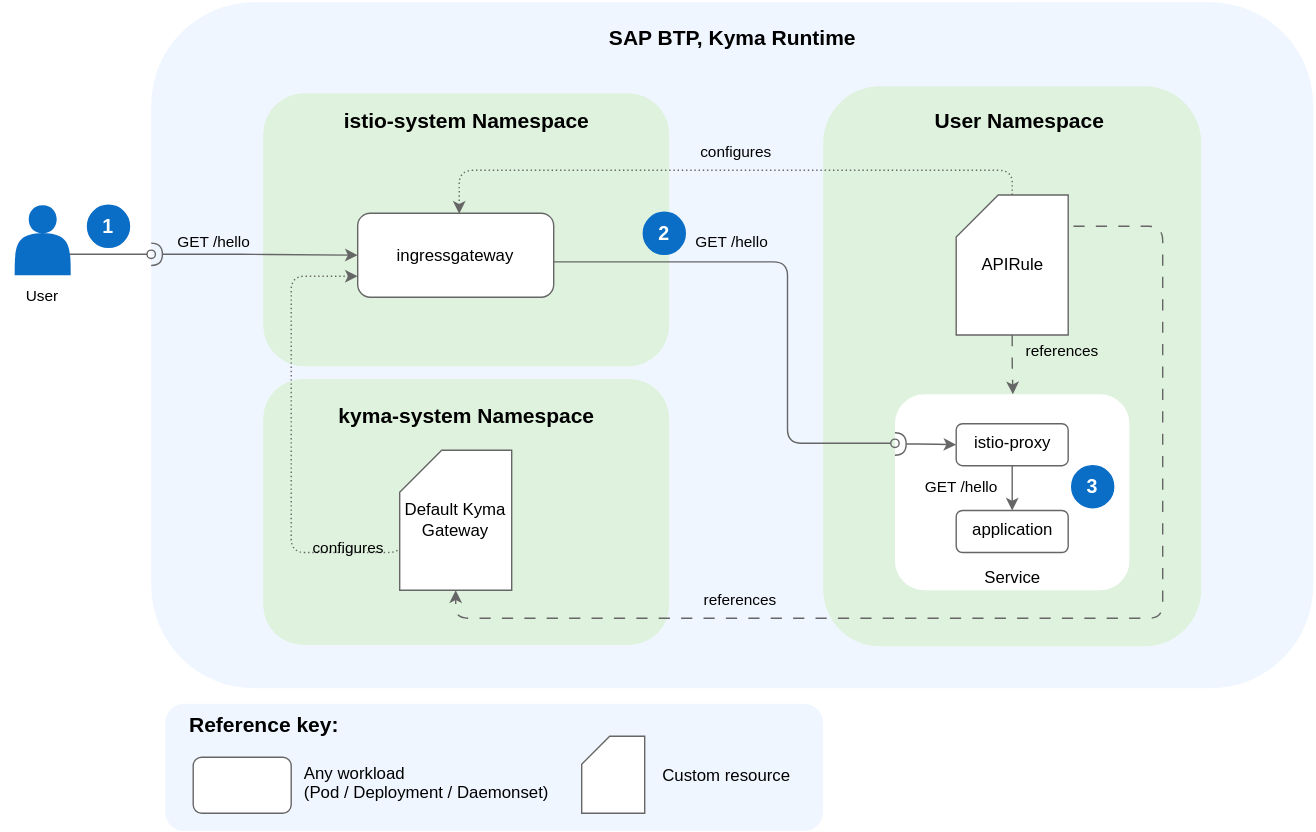
Before: docs/assets/APIRules-noAuth.drawio.svg, a diagram exported from draw.io (kyma-project/api-gateway). Source tidied: cells renumbered, new cells last; positions are measured from the earlier drawing's top-left corner, leaving out a move shared by most shapes.
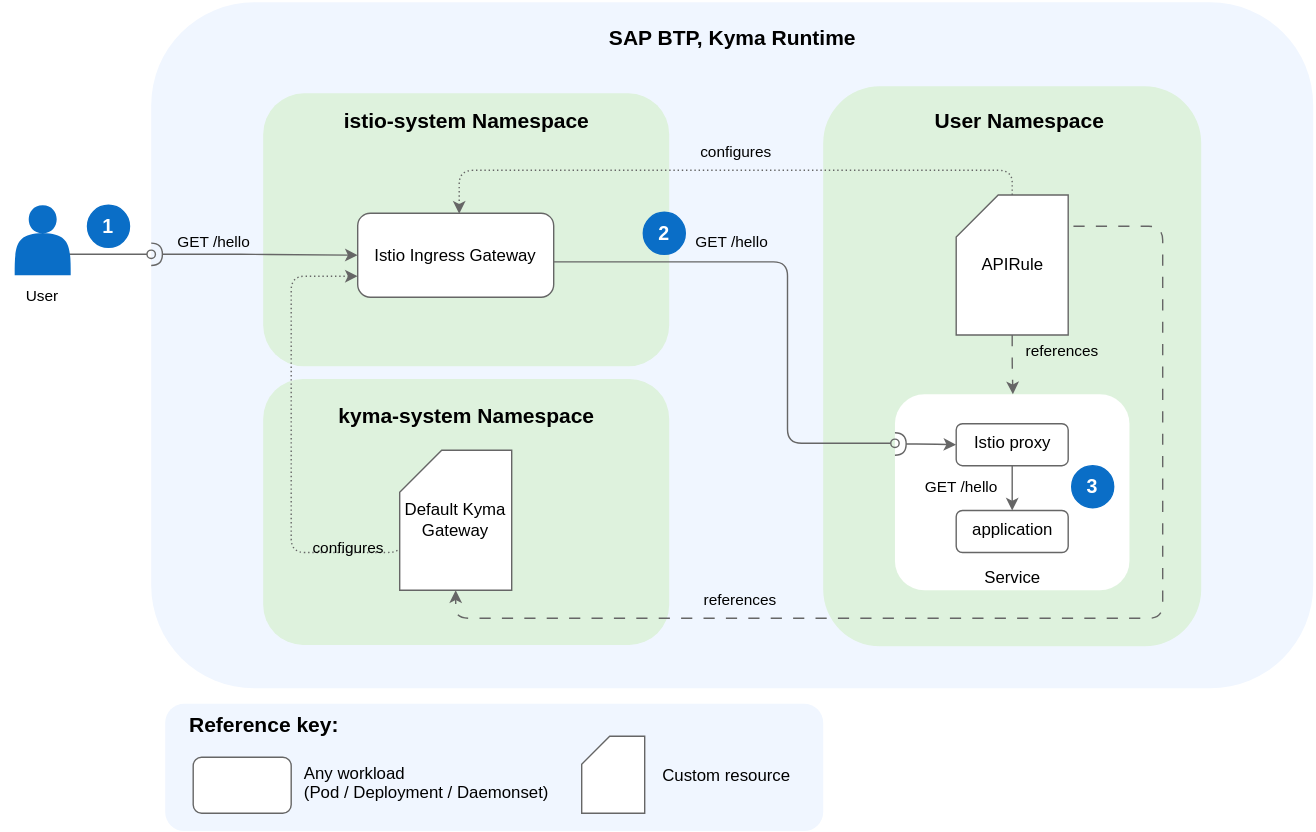
Later version of the same file.

Change to the diagram source:
```diff
@@ -30,7 +30,7 @@
     <mxCell id="8" value="&lt;font&gt;User&lt;/font&gt;" style="text;html=1;whiteSpace=wrap;strokeColor=none;fillColor=none;align=center;verticalAlign=middle;rounded=0;fontSize=11;" parent="1" vertex="1">
       <mxGeometry y="195" width="60" height="30" as="geometry" />
     </mxCell>
-    <mxCell id="9" value="ingressgateway" style="rounded=1;whiteSpace=wrap;html=1;strokeColor=#666666;" parent="1" vertex="1">
+    <mxCell id="9" value="Istio Ingress Gateway" style="rounded=1;whiteSpace=wrap;html=1;strokeColor=#666666;" parent="1" vertex="1">
       <mxGeometry x="255" y="150.6" width="140" height="60" as="geometry" />
     </mxCell>
     <mxCell id="10" style="rounded=1;whiteSpace=wrap;html=1;fillColor=#DEF2DD;strokeColor=none;fontSize=15;fontStyle=1;verticalAlign=bottom;" parent="1" vertex="1">
@@ -123,7 +123,7 @@
     <mxCell id="31" value="Service" style="rounded=1;whiteSpace=wrap;html=1;strokeColor=none;verticalAlign=bottom;" parent="1" vertex="1">
       <mxGeometry x="638.8" y="280" width="167.5" height="140" as="geometry" />
     </mxCell>
-    <mxCell id="32" value="istio-proxy" style="rounded=1;whiteSpace=wrap;html=1;strokeColor=#666666;verticalAlign=top;" parent="1" vertex="1">
+    <mxCell id="32" value="Istio proxy" style="rounded=1;whiteSpace=wrap;html=1;strokeColor=#666666;verticalAlign=top;" parent="1" vertex="1">
       <mxGeometry x="682.5" y="301" width="80" height="30" as="geometry" />
     </mxCell>
     <mxCell id="33" value="application" style="rounded=1;whiteSpace=wrap;html=1;strokeColor=#666666;verticalAlign=top;" parent="1" vertex="1">
```
